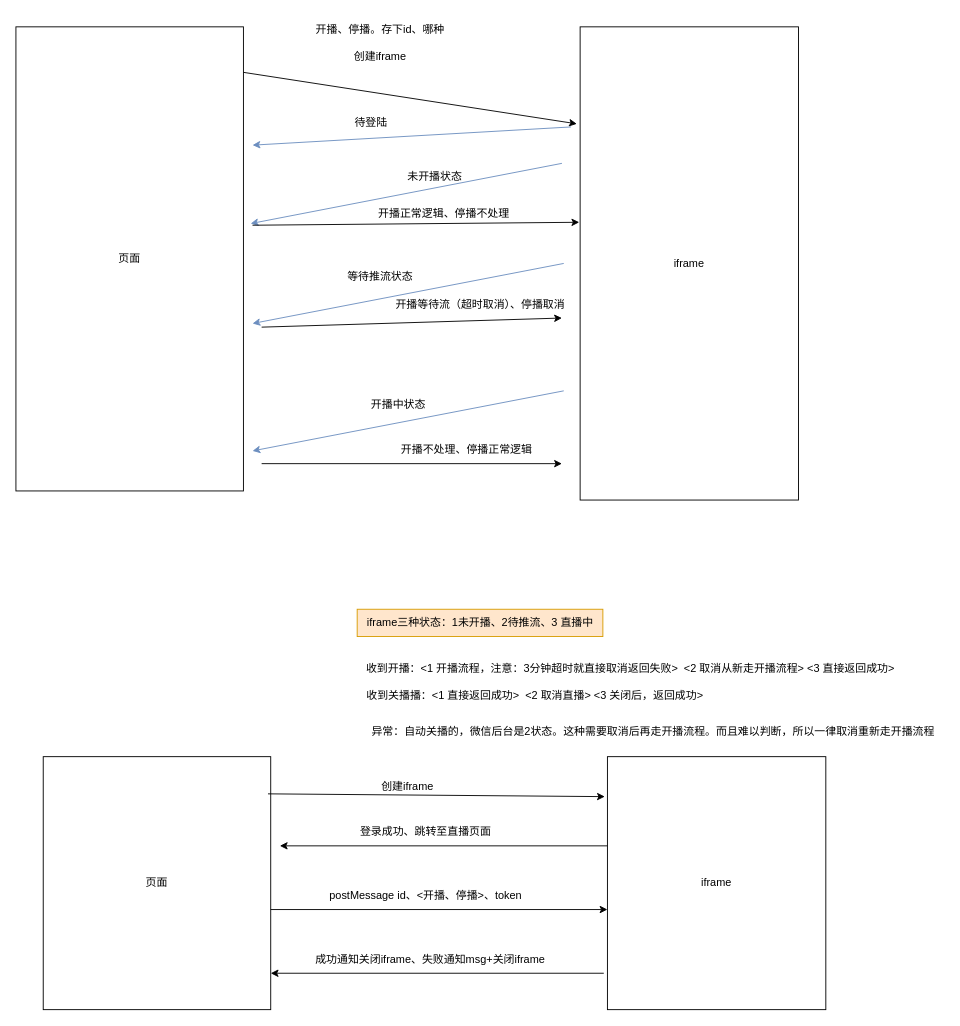
This is 助手插件.drawio from heyingjiee/draw, a draw.io file, before an edit. Source tidied: cells renumbered, new cells numbered last; positions are measured from the earlier drawing's top-left corner, leaving out a move shared by most shapes. Both pictures are drawn from the tidied source at 91%, with x=0, y=0 at pixel (15, 15).
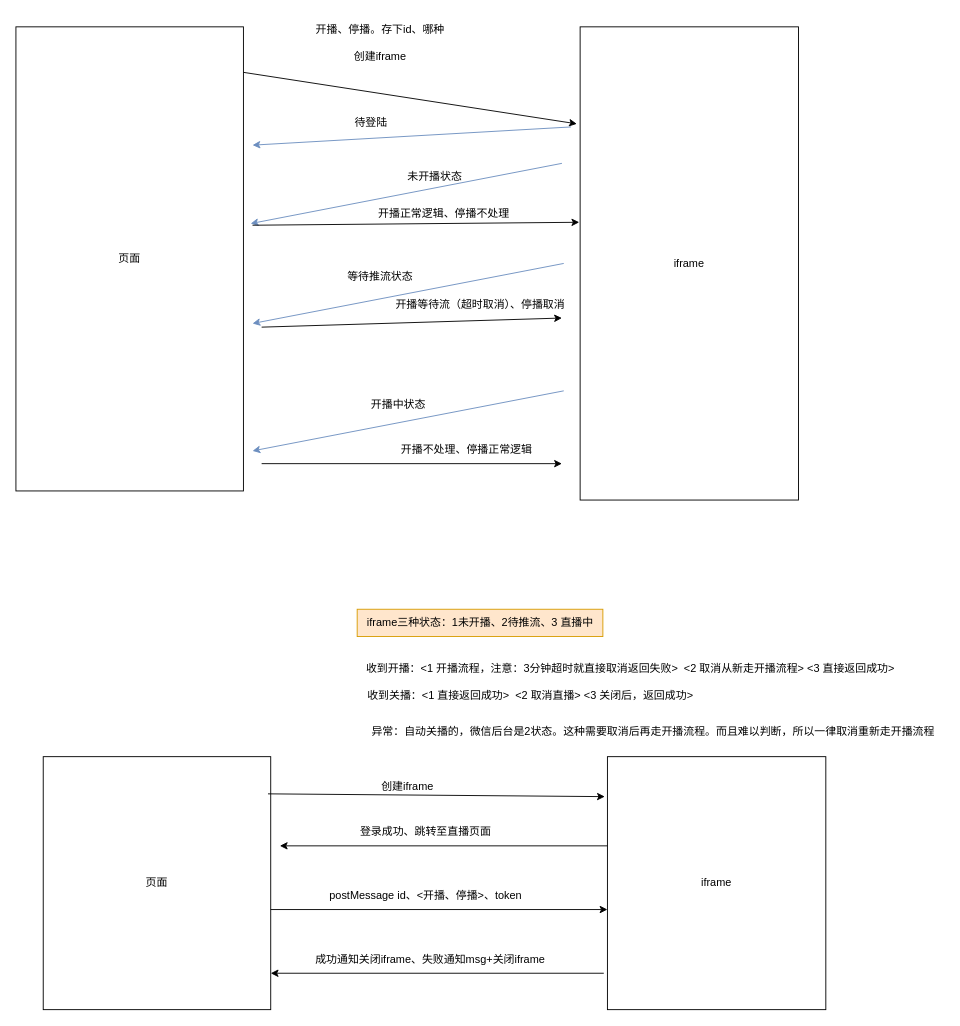
Above is the later version.

Commit message:
更新助手插件.drawio

Change to the diagram source:
```diff
@@
-    <mxCell id="33" value="收到关播播：&amp;lt;1 直接返回成功&amp;gt;&amp;nbsp; &amp;lt;2 取消直播&amp;gt; &amp;lt;3 关闭后，返回成功&amp;gt;" style="text;html=1;align=center;verticalAlign=middle;strokeColor=none;fillColor=none;" parent="1" vertex="1">
-      <mxGeometry x="375" y="732" width="390" height="30" as="geometry" />
+    <mxCell id="33" value="收到关播：&amp;lt;1 直接返回成功&amp;gt;&amp;nbsp; &amp;lt;2 取消直播&amp;gt; &amp;lt;3 关闭后，返回成功&amp;gt;" style="text;html=1;align=center;verticalAlign=middle;strokeColor=none;fillColor=none;" parent="1" vertex="1">
+      <mxGeometry x="375" y="732" width="380" height="30" as="geometry" />
     </mxCell>
```
